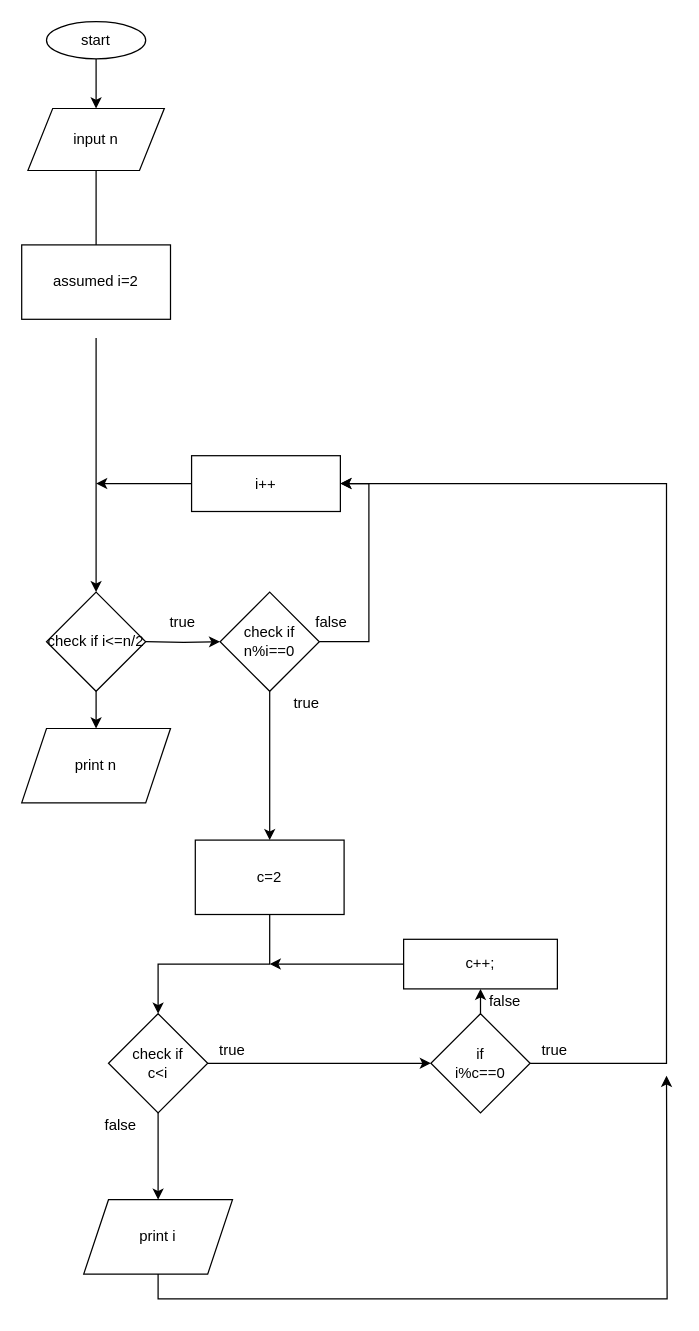
Earlier version of the draw.io diagram excersise1.drawio (Pouria-Empire/fun_projects). Source tidied: cells renumbered, new cells numbered last; positions are measured from the earlier drawing's top-left corner, leaving out a move shared by most shapes. Both pictures are drawn from the tidied source at 124%, with x=0, y=0 at pixel (-252, 21).
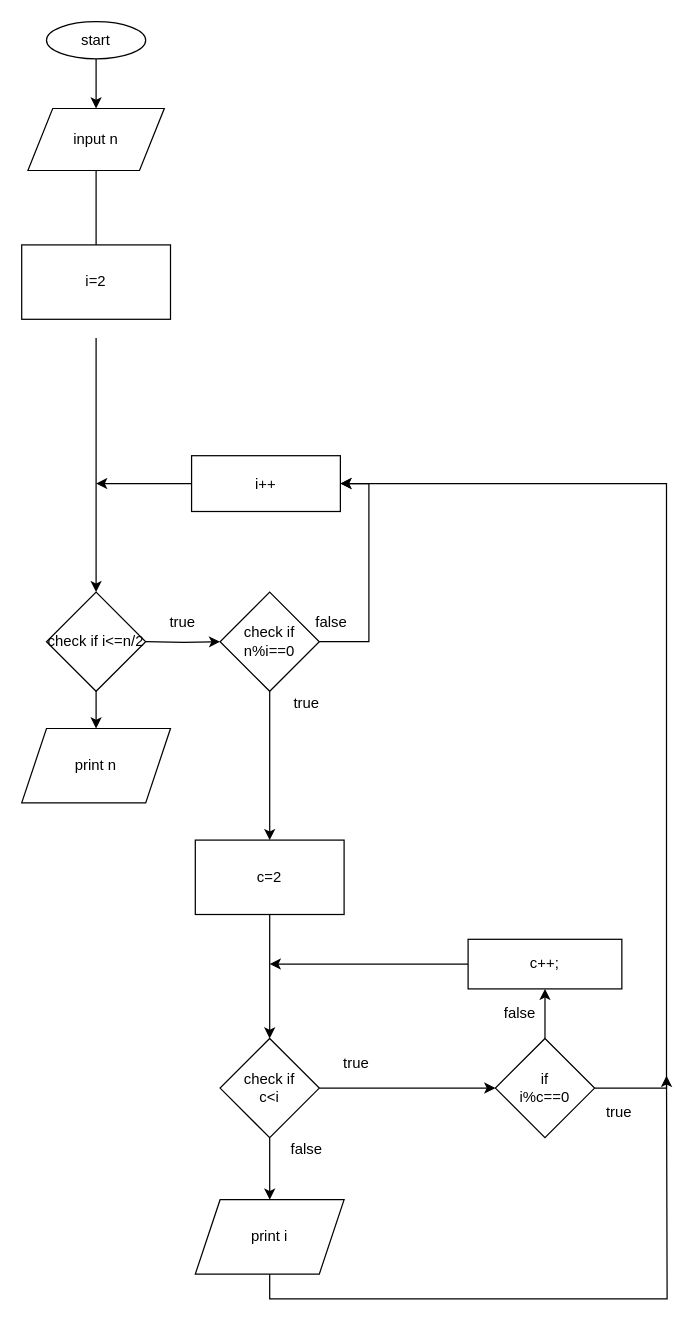
The same page after the edit.

The change refers to these unchanged cells:
```xml
<mxCell id="18" value="i++" style="whiteSpace=wrap;html=1;" parent="1" vertex="1">
  <mxGeometry x="357" y="350" width="120" height="45" as="geometry" />
</mxCell>
```

Change to the diagram source:
```diff
@@
-    <mxCell id="23" style="edgeStyle=orthogonalEdgeStyle;rounded=0;jettySize=auto;html=1;exitX=0.5;exitY=1;exitDx=0;exitDy=0;" parent="1" edge="1" source="24">
-      <mxGeometry relative="1" as="geometry">
-        <mxPoint x="330" y="950" as="targetPoint" />
-      </mxGeometry>
-    </mxCell>
+    <mxCell id="38" style="edgeStyle=orthogonalEdgeStyle;rounded=0;jettySize=auto;html=1;exitX=0.5;exitY=1;exitDx=0;exitDy=0;" parent="1" edge="1" source="24" target="31">
+      <mxGeometry relative="1" as="geometry" />
+    </mxCell>
     <mxCell id="24" value="check if &lt;br&gt;c&amp;lt;i" style="rhombus;whiteSpace=wrap;html=1;" parent="1" vertex="1">
-      <mxGeometry x="290" y="800" width="80" height="80" as="geometry" />
+      <mxGeometry x="380" y="820" width="80" height="80" as="geometry" />
     </mxCell>
     <mxCell id="25" style="edgeStyle=orthogonalEdgeStyle;rounded=0;jettySize=auto;html=1;entryX=1;entryY=0.5;entryDx=0;entryDy=0;" parent="1" edge="1" source="27" target="18">
       <mxGeometry relative="1" as="geometry">
         <Array as="points">
-          <mxPoint x="740" y="840" />
-          <mxPoint x="740" y="373" />
+          <mxPoint x="740" y="860" />
+          <mxPoint x="740" y="372" />
         </Array>
       </mxGeometry>
     </mxCell>
@@
     <mxCell id="27" value="if &lt;br&gt;i%c==0" style="rhombus;whiteSpace=wrap;html=1;" parent="1" vertex="1">
-      <mxGeometry x="550" y="800" width="80" height="80" as="geometry" />
+      <mxGeometry x="602" y="820" width="80" height="80" as="geometry" />
     </mxCell>
@@
     <mxCell id="29" value="c++;" style="rounded=0;whiteSpace=wrap;html=1;" parent="1" vertex="1">
-      <mxGeometry x="528" y="740" width="124" height="40" as="geometry" />
+      <mxGeometry x="580" y="740" width="124" height="40" as="geometry" />
     </mxCell>
@@
     <mxCell id="31" value="print i" style="shape=parallelogram;perimeter=parallelogramPerimeter;whiteSpace=wrap;html=1;fixedSize=1;" parent="1" vertex="1">
-      <mxGeometry x="270" y="950" width="120" height="60" as="geometry" />
+      <mxGeometry x="360" y="950" width="120" height="60" as="geometry" />
     </mxCell>
@@
-    <mxCell id="33" value="assumed i=2" style="rounded=0;whiteSpace=wrap;html=1;" parent="1" vertex="1">
+    <mxCell id="33" value="i=2" style="rounded=0;whiteSpace=wrap;html=1;" parent="1" vertex="1">
       <mxGeometry x="220" y="180" width="120" height="60" as="geometry" />
     </mxCell>
     <mxCell id="34" value="true" style="text;html=1;strokeColor=none;fillColor=none;align=center;verticalAlign=middle;whiteSpace=wrap;rounded=0;" parent="1" vertex="1">
-      <mxGeometry x="370" y="820" width="40" height="20" as="geometry" />
+      <mxGeometry x="470" y="830" width="40" height="20" as="geometry" />
     </mxCell>
-    <mxCell id="35" value="false" style="text;html=1;strokeColor=none;fillColor=none;align=center;verticalAlign=middle;whiteSpace=wrap;rounded=0;" parent="1" vertex="1">
-      <mxGeometry x="280" y="880" width="40" height="20" as="geometry" />
-    </mxCell>
     <mxCell id="36" value="true" style="text;html=1;strokeColor=none;fillColor=none;align=center;verticalAlign=middle;whiteSpace=wrap;rounded=0;" parent="1" vertex="1">
-      <mxGeometry x="630" y="820" width="40" height="20" as="geometry" />
+      <mxGeometry x="682" y="870" width="40" height="20" as="geometry" />
     </mxCell>
     <mxCell id="37" value="false" style="text;html=1;strokeColor=none;fillColor=none;align=center;verticalAlign=middle;whiteSpace=wrap;rounded=0;" parent="1" vertex="1">
-      <mxGeometry x="590" y="780" width="40" height="20" as="geometry" />
+      <mxGeometry x="602" y="790" width="40" height="20" as="geometry" />
     </mxCell>
+    <mxCell id="35" value="false" style="text;html=1;strokeColor=none;fillColor=none;align=center;verticalAlign=middle;whiteSpace=wrap;rounded=0;" parent="1" vertex="1">
+      <mxGeometry x="430" y="900" width="40" height="20" as="geometry" />
+    </mxCell>
```
